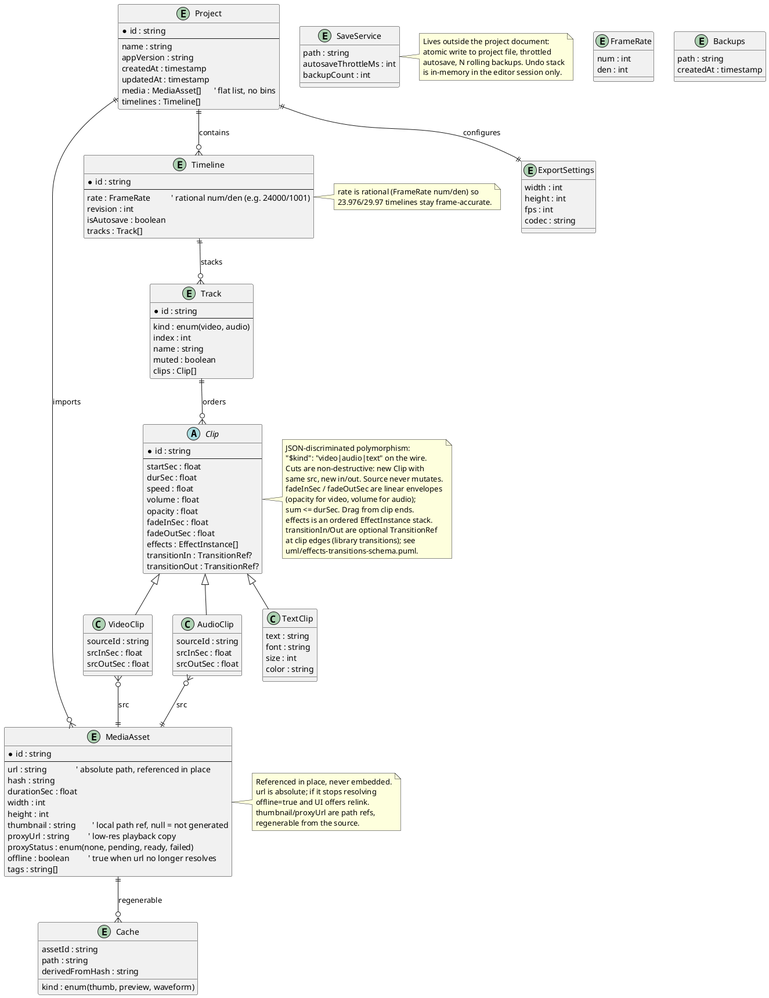
Skynse/Fig keeps this PlantUML diagram as uml/nle-schema.png. Above is the earlier version.
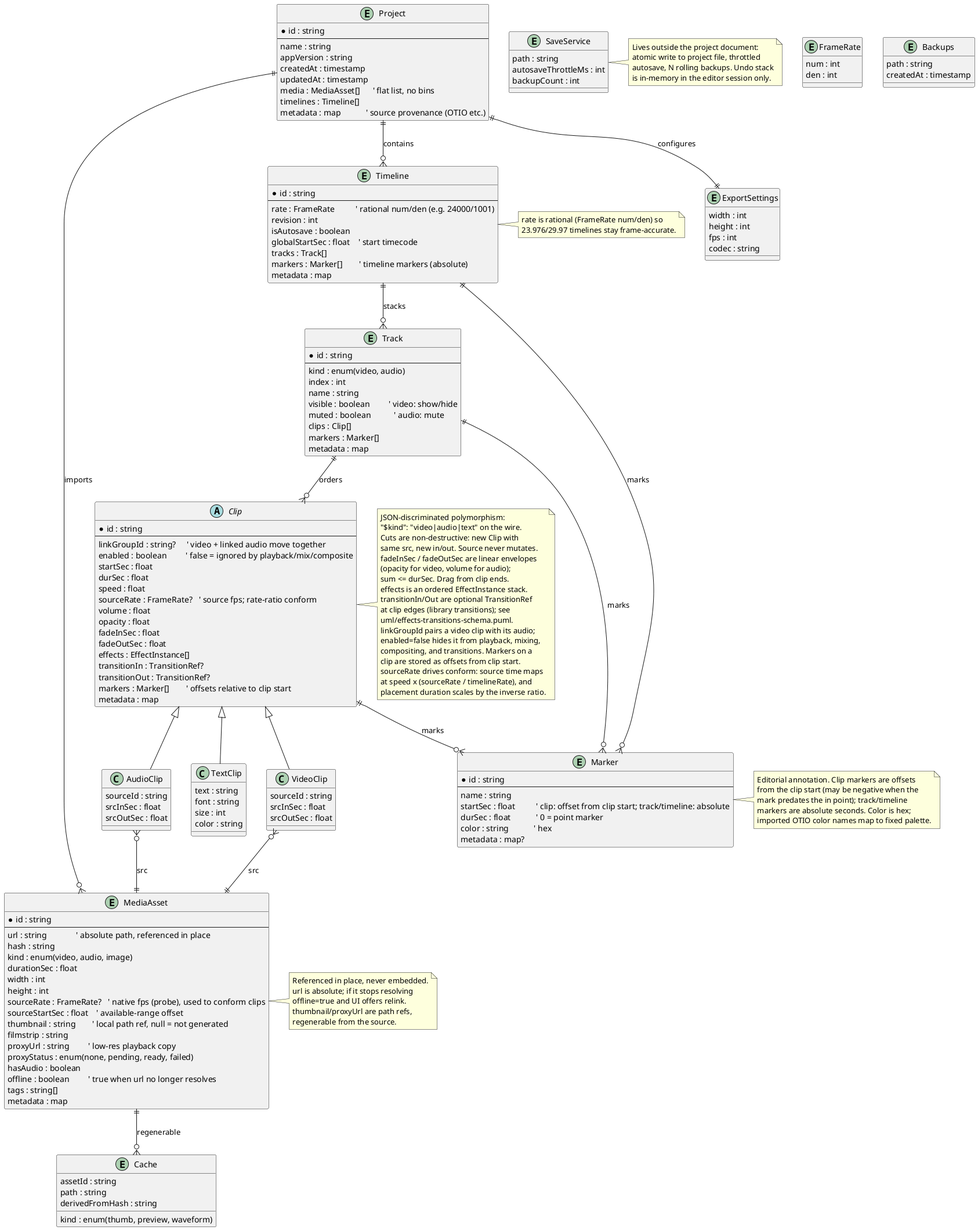
The same diagram one commit later.

The edit, as a diff of the source:
```diff
@@ -9,6 +9,7 @@
   updatedAt : timestamp
   media : MediaAsset[]      ' flat list, no bins
   timelines : Timeline[]
+  metadata : map            ' source provenance (OTIO etc.)
 }
 
 entity MediaAsset {
@@ -16,14 +17,20 @@
   --
   url : string              ' absolute path, referenced in place
   hash : string
+  kind : enum(video, audio, image)
   durationSec : float
   width : int
   height : int
+  sourceRate : FrameRate?   ' native fps (probe), used to conform clips
+  sourceStartSec : float    ' available-range offset
   thumbnail : string        ' local path ref, null = not generated
+  filmstrip : string
   proxyUrl : string         ' low-res playback copy
   proxyStatus : enum(none, pending, ready, failed)
+  hasAudio : boolean
   offline : boolean         ' true when url no longer resolves
   tags : string[]
+  metadata : map
 }
 
 entity Timeline {
@@ -32,12 +39,25 @@
   rate : FrameRate          ' rational num/den (e.g. 24000/1001)
   revision : int
   isAutosave : boolean
+  globalStartSec : float    ' start timecode
   tracks : Track[]
+  markers : Marker[]        ' timeline markers (absolute)
+  metadata : map
 }
 
 entity FrameRate {
   num : int
   den : int
+}
+
+entity Marker {
+  * id : string
+  --
+  name : string
+  startSec : float          ' clip: offset from clip start; track/timeline: absolute
+  durSec : float            ' 0 = point marker
+  color : string            ' hex
+  metadata : map?
 }
 
 entity Track {
@@ -46,16 +66,22 @@
   kind : enum(video, audio)
   index : int
   name : string
-  muted : boolean
+  visible : boolean         ' video: show/hide
+  muted : boolean           ' audio: mute
   clips : Clip[]
+  markers : Marker[]
+  metadata : map
 }
 
 abstract class Clip {
   * id : string
   --
+  linkGroupId : string?     ' video + linked audio move together
+  enabled : boolean         ' false = ignored by playback/mix/composite
   startSec : float
   durSec : float
   speed : float
+  sourceRate : FrameRate?   ' source fps; rate-ratio conform
   volume : float
   opacity : float
   fadeInSec : float
@@ -63,6 +89,8 @@
   effects : EffectInstance[]
   transitionIn : TransitionRef?
   transitionOut : TransitionRef?
+  markers : Marker[]        ' offsets relative to clip start
+  metadata : map
 }
 
 class VideoClip {
@@ -117,7 +145,10 @@
 Project ||--o{ Timeline : "contains"
 Project ||--|| ExportSettings : "configures"
 Timeline ||--o{ Track : "stacks"
+Timeline ||--o{ Marker : "marks"
 Track ||--o{ Clip : "orders"
+Track ||--o{ Marker : "marks"
+Clip ||--o{ Marker : "marks"
 VideoClip }o--|| MediaAsset : "src"
 AudioClip }o--|| MediaAsset : "src"
 MediaAsset ||--o{ Cache : "regenerable"
@@ -142,6 +173,21 @@
   transitionIn/Out are optional TransitionRef
   at clip edges (library transitions); see
   uml/effects-transitions-schema.puml.
+  linkGroupId pairs a video clip with its audio;
+  enabled=false hides it from playback, mixing,
+  compositing, and transitions. Markers on a
+  clip are stored as offsets from clip start.
+  sourceRate drives conform: source time maps
+  at speed x (sourceRate / timelineRate), and
+  placement duration scales by the inverse ratio.
+end note
+
+note right of Marker
+  Editorial annotation. Clip markers are offsets
+  from the clip start (may be negative when the
+  mark predates the in point); track/timeline
+  markers are absolute seconds. Color is hex;
+  imported OTIO color names map to fixed palette.
 end note
 
 note right of Timeline
```
